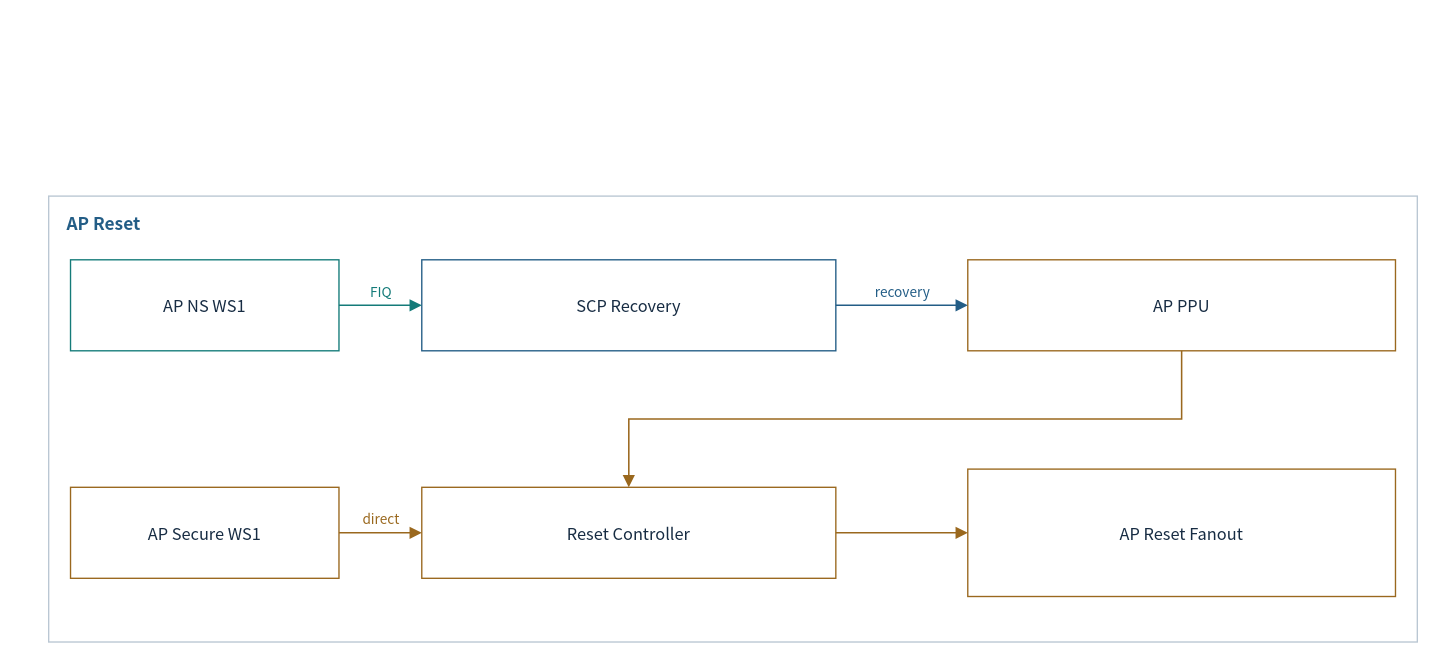
Above: page "06-reset-scope" (4 of 20) of doc/phase1/watchdog/apollo-watchdog-architecture.drawio in cometzero/project-apollo (draw.io), before the change. Source tidied: cells renumbered, new cells numbered last; positions are measured from the earlier drawing's top-left corner, leaving out a move shared by most shapes. Both pictures are drawn from the tidied source at 91%, with x=0, y=0 at pixel (48, 196).
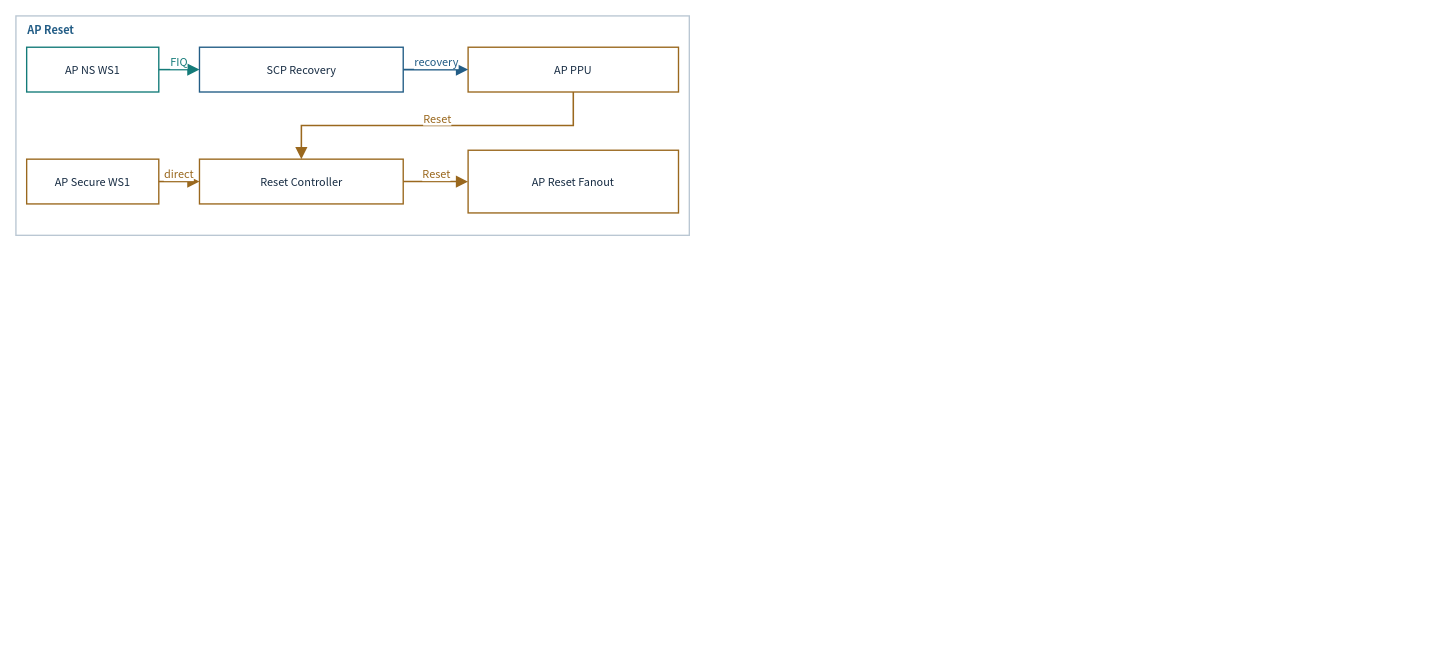
Above is the later version.

What changed in the source:
```diff
@@
 <mxGraphModel background="#FFFFFF">
   <root>
     <mxCell id="0" />
     <mxCell id="1" parent="0" />
-    <mxCell id="2" style="rounded=0;whiteSpace=wrap;html=1;fillColor=#FFFFFF;strokeWidth=1.5;fontFamily=Noto Sans CJK KR;fontSize=18;spacing=12;fontColor=#172C43;strokeColor=#BAC7D3;" parent="1" vertex="1">
-      <mxGeometry width="1504" height="490" as="geometry" />
+    <mxCell id="2" style="rounded=0;whiteSpace=wrap;html=1;fillColor=#FFFFFF;strokeWidth=1.5;fontFamily=Noto Sans CJK KR;fontColor=#172C43;strokeColor=#BAC7D3;fontSize=12;spacing=3;whiteSpace=wrap;" parent="1" vertex="1">
+      <mxGeometry x="-36" y="-198" width="740" height="241.1" as="geometry" />
     </mxCell>
-    <mxCell id="3" value="AP Reset" style="rounded=0;whiteSpace=wrap;html=1;fillColor=#FFFFFF;strokeWidth=1.5;fontFamily=Noto Sans CJK KR;fontSize=18;spacing=12;fontColor=#172C43;strokeColor=none;fillColor=none;spacing=0;align=left;verticalAlign=middle;fontSize=19;fontColor=#235D86;fontStyle=1;" parent="1" vertex="1">
-      <mxGeometry x="20" y="14" width="1464" height="32" as="geometry" />
+    <mxCell id="3" value="AP Reset" style="rounded=0;whiteSpace=wrap;html=1;fillColor=#FFFFFF;strokeWidth=1.5;fontFamily=Noto Sans CJK KR;fontColor=#172C43;strokeColor=none;fillColor=none;align=left;verticalAlign=middle;fontColor=#235D86;fontStyle=1;fontSize=12;spacing=3;whiteSpace=wrap;" parent="1" vertex="1">
+      <mxGeometry x="-26.2" y="-191.1" width="720.3" height="15.7" as="geometry" />
     </mxCell>
-    <mxCell id="4" value="AP NS WS1" style="rounded=0;whiteSpace=wrap;html=1;fillColor=#FFFFFF;strokeWidth=1.5;fontFamily=Noto Sans CJK KR;fontSize=18;spacing=12;fontColor=#172C43;strokeColor=#147B79;" parent="1" vertex="1">
-      <mxGeometry x="24" y="70" width="295" height="100" as="geometry" />
+    <mxCell id="4" value="AP NS WS1" style="rounded=0;whiteSpace=wrap;html=1;fillColor=#FFFFFF;strokeWidth=1.5;fontFamily=Noto Sans CJK KR;fontColor=#172C43;strokeColor=#147B79;fontSize=12;spacing=3;whiteSpace=wrap;" parent="1" vertex="1">
+      <mxGeometry x="-24.2" y="-163.6" width="145.2" height="49.2" as="geometry" />
     </mxCell>
-    <mxCell id="5" value="SCP Recovery" style="rounded=0;whiteSpace=wrap;html=1;fillColor=#FFFFFF;strokeWidth=1.5;fontFamily=Noto Sans CJK KR;fontSize=18;spacing=12;fontColor=#172C43;strokeColor=#235D86;" parent="1" vertex="1">
-      <mxGeometry x="410" y="70" width="455" height="100" as="geometry" />
+    <mxCell id="5" value="SCP Recovery" style="rounded=0;whiteSpace=wrap;html=1;fillColor=#FFFFFF;strokeWidth=1.5;fontFamily=Noto Sans CJK KR;fontColor=#172C43;strokeColor=#235D86;fontSize=12;spacing=3;whiteSpace=wrap;" parent="1" vertex="1">
+      <mxGeometry x="165.7" y="-163.6" width="223.9" height="49.2" as="geometry" />
     </mxCell>
-    <mxCell id="6" value="AP PPU" style="rounded=0;whiteSpace=wrap;html=1;fillColor=#FFFFFF;strokeWidth=1.5;fontFamily=Noto Sans CJK KR;fontSize=18;spacing=12;fontColor=#172C43;strokeColor=#9A681E;" parent="1" vertex="1">
-      <mxGeometry x="1010" y="70" width="470" height="100" as="geometry" />
+    <mxCell id="6" value="AP PPU" style="rounded=0;whiteSpace=wrap;html=1;fillColor=#FFFFFF;strokeWidth=1.5;fontFamily=Noto Sans CJK KR;fontColor=#172C43;strokeColor=#9A681E;fontSize=12;spacing=3;whiteSpace=wrap;" parent="1" vertex="1">
+      <mxGeometry x="460.9" y="-163.6" width="231.2" height="49.2" as="geometry" />
     </mxCell>
-    <mxCell id="7" value="FIQ" style="html=1;whiteSpace=nowrap;edgeStyle=orthogonalEdgeStyle;rounded=0;endArrow=block;endSize=9;strokeWidth=1.7;strokeColor=#147B79;fontColor=#147B79;fontFamily=Noto Sans CJK KR;fontSize=15;labelBackgroundColor=#FFFFFF;" parent="1" edge="1" source="4" target="5">
+    <mxCell id="7" value="FIQ" style="html=1;edgeStyle=orthogonalEdgeStyle;rounded=0;endArrow=block;endSize=9;strokeWidth=1.7;strokeColor=#147B79;fontColor=#147B79;fontFamily=Noto Sans CJK KR;labelBackgroundColor=#FFFFFF;fontSize=12;spacing=3;whiteSpace=nowrap;" parent="1" edge="1" source="4" target="5">
       <mxGeometry relative="1" as="geometry">
-        <mxPoint y="-16" as="offset" />
+        <mxPoint y="-7.9" as="offset" />
       </mxGeometry>
     </mxCell>
-    <mxCell id="8" value="recovery" style="html=1;whiteSpace=nowrap;edgeStyle=orthogonalEdgeStyle;rounded=0;endArrow=block;endSize=9;strokeWidth=1.7;strokeColor=#235D86;fontColor=#235D86;fontFamily=Noto Sans CJK KR;fontSize=15;labelBackgroundColor=#FFFFFF;" parent="1" edge="1" source="5" target="6">
+    <mxCell id="8" value="recovery" style="html=1;edgeStyle=orthogonalEdgeStyle;rounded=0;endArrow=block;endSize=9;strokeWidth=1.7;strokeColor=#235D86;fontColor=#235D86;fontFamily=Noto Sans CJK KR;labelBackgroundColor=#FFFFFF;fontSize=12;spacing=3;whiteSpace=nowrap;" parent="1" edge="1" source="5" target="6">
       <mxGeometry relative="1" as="geometry">
-        <mxPoint y="-16" as="offset" />
+        <mxPoint y="-7.9" as="offset" />
       </mxGeometry>
     </mxCell>
-    <mxCell id="9" value="AP Secure WS1" style="rounded=0;whiteSpace=wrap;html=1;fillColor=#FFFFFF;strokeWidth=1.5;fontFamily=Noto Sans CJK KR;fontSize=18;spacing=12;fontColor=#172C43;strokeColor=#9A681E;" parent="1" vertex="1">
-      <mxGeometry x="24" y="320" width="295" height="100" as="geometry" />
+    <mxCell id="9" value="AP Secure WS1" style="rounded=0;whiteSpace=wrap;html=1;fillColor=#FFFFFF;strokeWidth=1.5;fontFamily=Noto Sans CJK KR;fontColor=#172C43;strokeColor=#9A681E;fontSize=12;spacing=3;whiteSpace=wrap;" parent="1" vertex="1">
+      <mxGeometry x="-24.2" y="-40.6" width="145.2" height="49.2" as="geometry" />
     </mxCell>
-    <mxCell id="10" value="Reset Controller" style="rounded=0;whiteSpace=wrap;html=1;fillColor=#FFFFFF;strokeWidth=1.5;fontFamily=Noto Sans CJK KR;fontSize=18;spacing=12;fontColor=#172C43;strokeColor=#9A681E;" parent="1" vertex="1">
-      <mxGeometry x="410" y="320" width="455" height="100" as="geometry" />
+    <mxCell id="10" value="Reset Controller" style="rounded=0;whiteSpace=wrap;html=1;fillColor=#FFFFFF;strokeWidth=1.5;fontFamily=Noto Sans CJK KR;fontColor=#172C43;strokeColor=#9A681E;fontSize=12;spacing=3;whiteSpace=wrap;" parent="1" vertex="1">
+      <mxGeometry x="165.7" y="-40.6" width="223.9" height="49.2" as="geometry" />
     </mxCell>
-    <mxCell id="11" value="AP Reset Fanout" style="rounded=0;whiteSpace=wrap;html=1;fillColor=#FFFFFF;strokeWidth=1.5;fontFamily=Noto Sans CJK KR;fontSize=18;spacing=12;fontColor=#172C43;strokeColor=#9A681E;" parent="1" vertex="1">
-      <mxGeometry x="1010" y="300" width="470" height="140" as="geometry" />
+    <mxCell id="11" value="AP Reset Fanout" style="rounded=0;whiteSpace=wrap;html=1;fillColor=#FFFFFF;strokeWidth=1.5;fontFamily=Noto Sans CJK KR;fontColor=#172C43;strokeColor=#9A681E;fontSize=12;spacing=3;whiteSpace=wrap;" parent="1" vertex="1">
+      <mxGeometry x="460.9" y="-50.4" width="231.2" height="68.9" as="geometry" />
     </mxCell>
-    <mxCell id="12" value="direct" style="html=1;whiteSpace=nowrap;edgeStyle=orthogonalEdgeStyle;rounded=0;endArrow=block;endSize=9;strokeWidth=1.7;strokeColor=#9A681E;fontColor=#9A681E;fontFamily=Noto Sans CJK KR;fontSize=15;labelBackgroundColor=#FFFFFF;" parent="1" edge="1" source="9" target="10">
+    <mxCell id="12" value="direct" style="html=1;edgeStyle=orthogonalEdgeStyle;rounded=0;endArrow=block;endSize=9;strokeWidth=1.7;strokeColor=#9A681E;fontColor=#9A681E;fontFamily=Noto Sans CJK KR;labelBackgroundColor=#FFFFFF;fontSize=12;spacing=3;whiteSpace=nowrap;" parent="1" edge="1" source="9" target="10">
       <mxGeometry relative="1" as="geometry">
-        <mxPoint y="-16" as="offset" />
+        <mxPoint y="-7.9" as="offset" />
       </mxGeometry>
     </mxCell>
-    <mxCell id="13" style="html=1;whiteSpace=nowrap;edgeStyle=orthogonalEdgeStyle;rounded=0;endArrow=block;endSize=9;strokeWidth=1.7;strokeColor=#9A681E;fontColor=#9A681E;fontFamily=Noto Sans CJK KR;fontSize=15;labelBackgroundColor=#FFFFFF;exitX=0.5;exitY=1;entryX=0.5;entryY=0;" parent="1" edge="1" source="6" target="10">
+    <mxCell id="13" value="Reset" style="html=1;edgeStyle=orthogonalEdgeStyle;rounded=0;endArrow=block;endSize=9;strokeWidth=1.7;strokeColor=#9A681E;fontColor=#9A681E;fontFamily=Noto Sans CJK KR;labelBackgroundColor=#FFFFFF;exitX=0.5;exitY=1;entryX=0.5;entryY=0;fontSize=12;spacing=3;whiteSpace=nowrap;" parent="1" edge="1" source="6" target="10">
       <mxGeometry relative="1" as="geometry">
-        <mxPoint y="-16" as="offset" />
+        <mxPoint y="-7.9" as="offset" />
       </mxGeometry>
     </mxCell>
-    <mxCell id="14" style="html=1;whiteSpace=nowrap;edgeStyle=orthogonalEdgeStyle;rounded=0;endArrow=block;endSize=9;strokeWidth=1.7;strokeColor=#9A681E;fontColor=#9A681E;fontFamily=Noto Sans CJK KR;fontSize=15;labelBackgroundColor=#FFFFFF;" parent="1" edge="1" source="10" target="11">
+    <mxCell id="14" value="Reset" style="html=1;edgeStyle=orthogonalEdgeStyle;rounded=0;endArrow=block;endSize=9;strokeWidth=1.7;strokeColor=#9A681E;fontColor=#9A681E;fontFamily=Noto Sans CJK KR;labelBackgroundColor=#FFFFFF;fontSize=12;spacing=3;whiteSpace=nowrap;" parent="1" edge="1" source="10" target="11">
       <mxGeometry relative="1" as="geometry">
-        <mxPoint y="-16" as="offset" />
+        <mxPoint y="-7.9" as="offset" />
       </mxGeometry>
     </mxCell>
   </root>
 </mxGraphModel>
```
